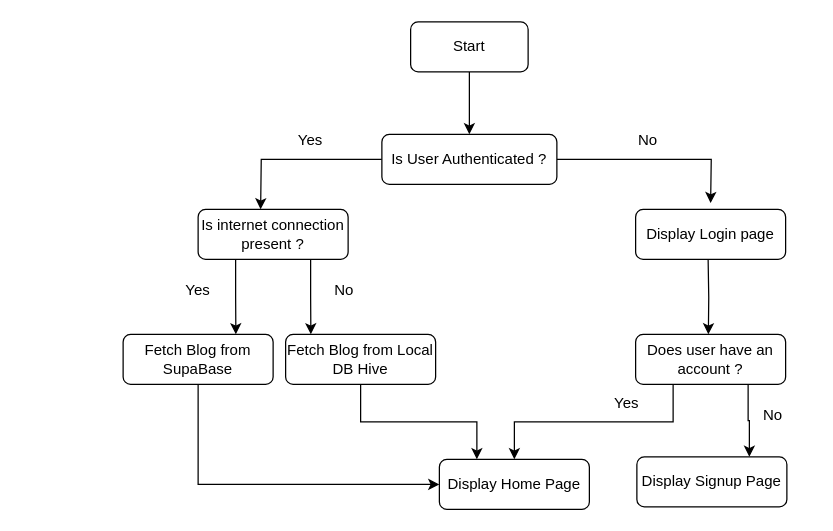
Above: blogging.drawio in Basavaraj-coder/Blogging (draw.io), before the change. Source tidied: cells renumbered, new cells numbered last; positions are measured from the earlier drawing's top-left corner, leaving out a move shared by most shapes. Both pictures are drawn from the tidied source at 125%, with x=0, y=0 at pixel (122, 21).
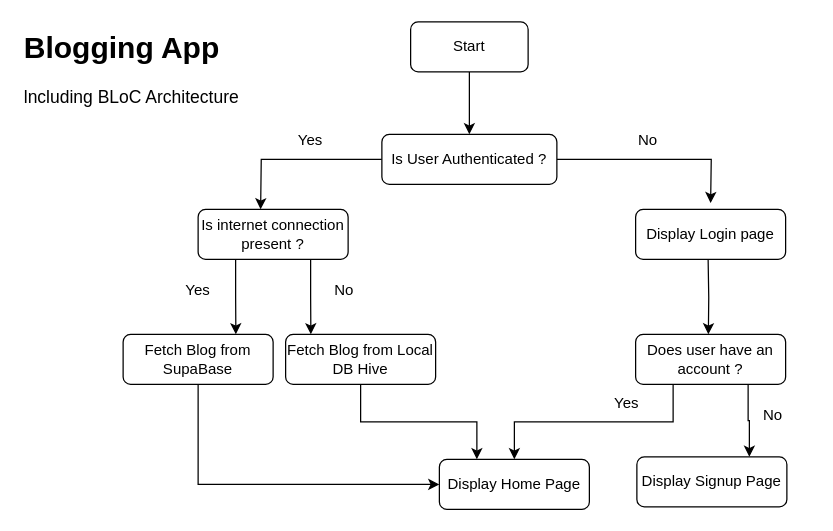
The same diagram, later.

Change to the diagram source:
```diff
@@
+    <mxCell id="27" value="&lt;h1 style=&quot;margin-top: 0px;&quot;&gt;Blogging App&lt;/h1&gt;&lt;div&gt;&lt;font style=&quot;font-size: 14px;&quot;&gt;lncluding BLoC Architecture&lt;/font&gt;&lt;/div&gt;" style="text;html=1;whiteSpace=wrap;overflow=hidden;rounded=0;" parent="1" vertex="1">
+      <mxGeometry x="-81" width="180" height="120" as="geometry" />
+    </mxCell>
```
